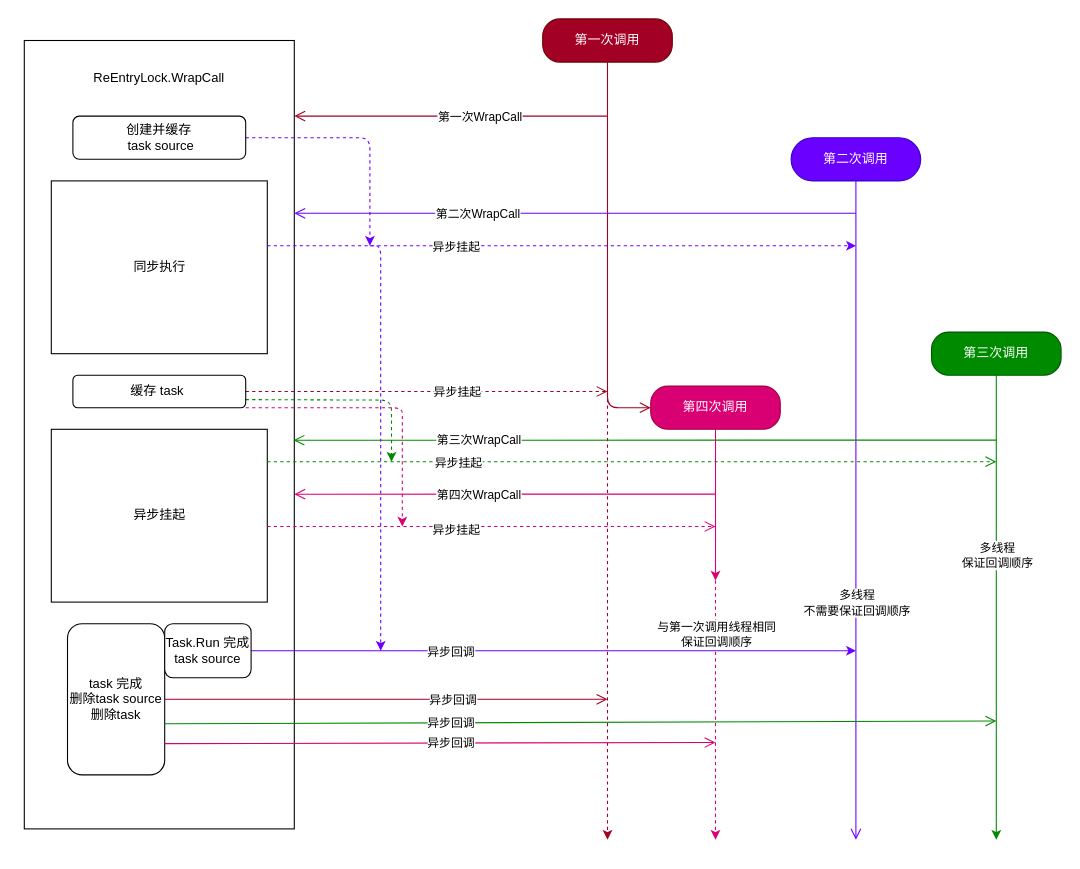
Before: Runtime/ReEntryLock.drawio in 0x3f3f3f3f/Megumin.Common, a draw.io diagram. Source tidied: cells renumbered, new cells numbered last; positions are measured from the earlier drawing's top-left corner, leaving out a move shared by most shapes. Both pictures are drawn from the tidied source at 108%, with x=0, y=0 at pixel (24, 18).
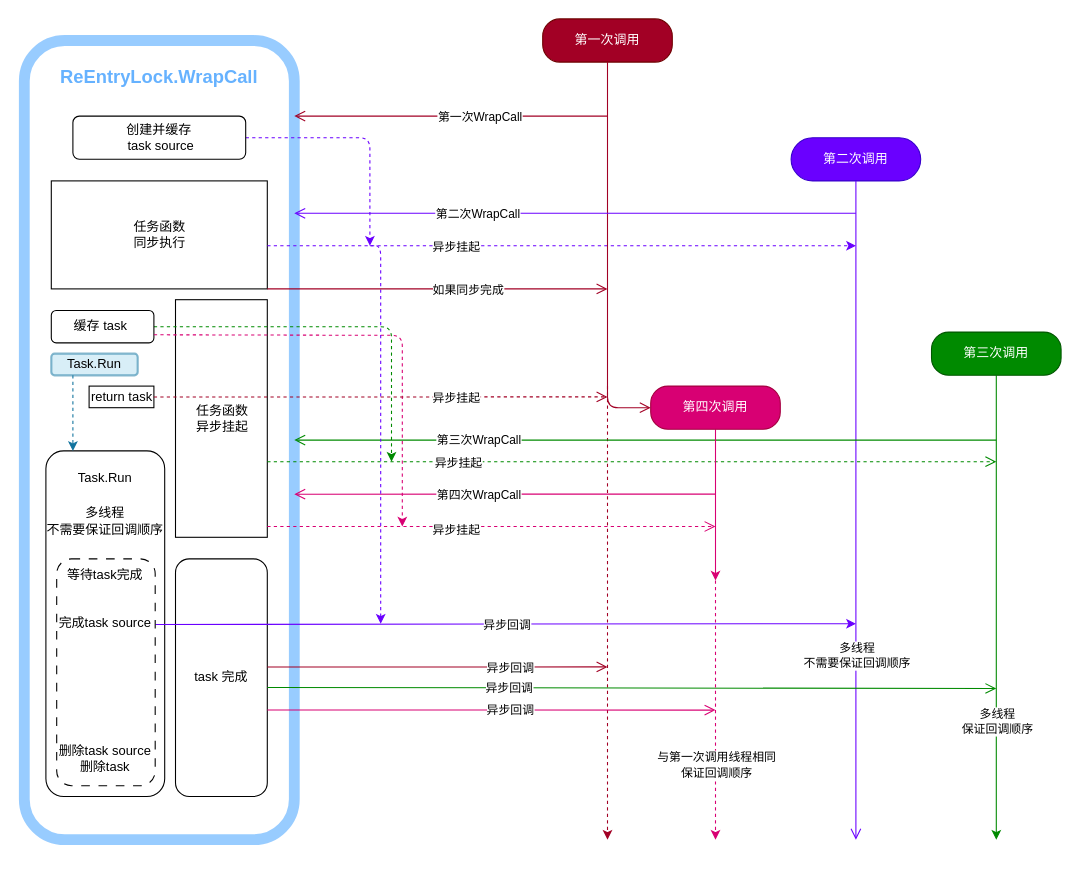
Above is the later version.

Commit message:
修改重入锁设计图

Unchanged cells that the change refers to:
```xml
<mxCell id="23" style="edgeStyle=orthogonalEdgeStyle;html=1;verticalAlign=bottom;endArrow=open;endSize=8;strokeColor=#6A00FF;exitX=0.5;exitY=1;exitDx=0;exitDy=0;fillColor=#6a00ff;" parent="1" edge="1" source="22">
  <mxGeometry relative="1" as="geometry">
    <mxPoint x="770" y="760" as="targetPoint" />
  </mxGeometry>
</mxCell>
<mxCell id="30" style="edgeStyle=none;html=1;strokeColor=#008A00;fillColor=#60a917;" parent="1" edge="1" source="32">
  <mxGeometry relative="1" as="geometry">
    <mxPoint x="900" y="760" as="targetPoint" />
  </mxGeometry>
</mxCell>
<mxCell id="46" style="edgeStyle=none;html=1;dashed=1;strokeColor=#D80073;fillColor=#d80073;" parent="1" edge="1">
  <mxGeometry relative="1" as="geometry">
    <mxPoint x="640" y="520" as="sourcePoint" />
    <mxPoint x="640" y="760" as="targetPoint" />
  </mxGeometry>
</mxCell>
```

Diff of the diagram source:
```diff
@@
-    <mxCell id="2" style="html=1;points=[];perimeter=orthogonalPerimeter;align=center;" parent="1" vertex="1">
-      <mxGeometry y="20" width="250" height="730" as="geometry" />
+    <mxCell id="2" style="html=1;points=[];perimeter=orthogonalPerimeter;align=center;strokeWidth=10;fillColor=none;opacity=50;strokeColor=#3399FF;rounded=1;" parent="1" vertex="1">
+      <mxGeometry y="20" width="250" height="740" as="geometry" />
     </mxCell>
+    <mxCell id="51" style="rounded=1;whiteSpace=wrap;html=1;" parent="1" vertex="1">
+      <mxGeometry x="20" y="400" width="110" height="320" as="geometry" />
+    </mxCell>
@@
-    <mxCell id="5" style="html=1;verticalAlign=bottom;endArrow=open;dashed=1;endSize=8;exitX=1;exitY=0.5;exitDx=0;exitDy=0;fillColor=#a20025;strokeColor=#A20025;" parent="1" edge="1" source="15">
-      <mxGeometry relative="1" as="geometry">
-        <mxPoint x="540" y="345" as="targetPoint" />
-      </mxGeometry>
-    </mxCell>
-    <mxCell id="6" value="异步挂起" style="edgeLabel;html=1;align=center;verticalAlign=middle;" parent="5" vertex="1">
-      <mxGeometry x="0.08" y="-2" relative="1" as="geometry">
-        <mxPoint x="14" y="-2" as="offset" />
-      </mxGeometry>
-    </mxCell>
-    <mxCell id="7" value="同步执行" style="html=1;points=[];perimeter=orthogonalPerimeter;" parent="1" vertex="1">
-      <mxGeometry x="25" y="150" width="200" height="160" as="geometry" />
+    <mxCell id="7" value="任务函数&lt;br&gt;同步执行" style="html=1;points=[];perimeter=orthogonalPerimeter;" parent="1" vertex="1">
+      <mxGeometry x="25" y="150" width="200" height="100" as="geometry" />
     </mxCell>
-    <mxCell id="8" value="&lt;span style=&quot;&quot;&gt;ReEntryLock.WrapCall&lt;/span&gt;" style="text;html=1;strokeColor=none;fillColor=none;align=center;verticalAlign=middle;whiteSpace=wrap;rounded=0;" parent="1" vertex="1">
-      <mxGeometry x="40" y="40" width="170" height="30" as="geometry" />
-    </mxCell>
-    <mxCell id="9" value="异步挂起" style="html=1;points=[];perimeter=orthogonalPerimeter;" parent="1" vertex="1">
-      <mxGeometry x="25" y="380" width="200" height="160" as="geometry" />
+    <mxCell id="9" value="任务函数&lt;br&gt;异步挂起" style="html=1;points=[];perimeter=orthogonalPerimeter;" parent="1" vertex="1">
+      <mxGeometry x="140" y="260" width="85" height="220" as="geometry" />
     </mxCell>
@@
-    <mxCell id="14" style="edgeStyle=none;html=1;strokeColor=#008A00;exitX=1;exitY=0.75;exitDx=0;exitDy=0;fillColor=#60a917;dashed=1;" parent="1" edge="1" source="15">
+    <mxCell id="14" style="edgeStyle=none;html=1;strokeColor=#008A00;exitX=1;exitY=0.5;exitDx=0;exitDy=0;fillColor=#60a917;dashed=1;" parent="1" edge="1" source="15">
       <mxGeometry relative="1" as="geometry">
         <mxPoint x="340" y="410" as="targetPoint" />
         <Array as="points">
-          <mxPoint x="340" y="353" />
+          <mxPoint x="340" y="285" />
         </Array>
       </mxGeometry>
     </mxCell>
     <mxCell id="15" value="缓存 task&amp;nbsp;" style="rounded=1;whiteSpace=wrap;html=1;" parent="1" vertex="1">
-      <mxGeometry x="45" y="330" width="160" height="30" as="geometry" />
+      <mxGeometry x="25" y="270" width="95" height="30" as="geometry" />
     </mxCell>
-    <mxCell id="16" value="task 完成&lt;br&gt;删除task source&lt;br&gt;删除task" style="rounded=1;whiteSpace=wrap;html=1;" parent="1" vertex="1">
-      <mxGeometry x="40" y="560" width="90" height="140" as="geometry" />
+    <mxCell id="16" value="task 完成" style="rounded=1;whiteSpace=wrap;html=1;" parent="1" vertex="1">
+      <mxGeometry x="140" y="500" width="85" height="220" as="geometry" />
     </mxCell>
@@
-    <mxCell id="20" style="html=1;verticalAlign=bottom;endArrow=open;endSize=8;exitX=1;exitY=0.5;exitDx=0;exitDy=0;fillColor=#a20025;strokeColor=#A20025;" parent="1" edge="1" source="16">
-      <mxGeometry relative="1" as="geometry">
-        <mxPoint x="540" y="630" as="targetPoint" />
-      </mxGeometry>
-    </mxCell>
-    <mxCell id="21" value="异步回调" style="edgeLabel;html=1;align=center;verticalAlign=middle;" parent="20" vertex="1">
-      <mxGeometry x="0.14" relative="1" as="geometry">
-        <mxPoint x="32" as="offset" />
-      </mxGeometry>
-    </mxCell>
@@
     <mxCell id="24" value="多线程&lt;br&gt;不需要保证回调顺序" style="edgeLabel;html=1;align=center;verticalAlign=middle;" parent="23" vertex="1">
       <mxGeometry x="-0.93" y="-1" relative="1" as="geometry">
-        <mxPoint x="1" y="369" as="offset" />
+        <mxPoint x="1" y="418" as="offset" />
       </mxGeometry>
     </mxCell>
@@
-    <mxCell id="27" style="edgeStyle=none;html=1;strokeColor=#6A00FF;" parent="1" edge="1" source="29">
+    <mxCell id="27" style="edgeStyle=none;html=1;strokeColor=#6A00FF;exitX=1.002;exitY=0.289;exitDx=0;exitDy=0;exitPerimeter=0;" parent="1" edge="1" source="29">
       <mxGeometry relative="1" as="geometry">
-        <mxPoint x="770" y="585" as="targetPoint" />
+        <mxPoint x="770" y="560" as="targetPoint" />
       </mxGeometry>
     </mxCell>
     <mxCell id="28" value="异步回调" style="edgeLabel;html=1;align=center;verticalAlign=middle;" parent="27" vertex="1">
       <mxGeometry x="0.06" y="-1" relative="1" as="geometry">
-        <mxPoint x="-113" y="-1" as="offset" />
+        <mxPoint x="-19" y="-1" as="offset" />
       </mxGeometry>
     </mxCell>
-    <mxCell id="29" value="Task.Run 完成task source&lt;br&gt;" style="rounded=1;whiteSpace=wrap;html=1;" parent="1" vertex="1">
-      <mxGeometry x="130" y="560" width="80" height="50" as="geometry" />
+    <mxCell id="29" style="rounded=1;whiteSpace=wrap;html=1;dashed=1;dashPattern=8 8;" parent="1" vertex="1">
+      <mxGeometry x="30" y="500" width="91.2" height="210" as="geometry" />
     </mxCell>
@@
     <mxCell id="31" value="多线程&lt;br&gt;保证回调顺序" style="edgeLabel;html=1;align=center;verticalAlign=middle;" parent="30" vertex="1">
-      <mxGeometry x="-0.23" relative="1" as="geometry" />
+      <mxGeometry x="-0.23" relative="1" as="geometry">
+        <mxPoint y="154" as="offset" />
+      </mxGeometry>
     </mxCell>
@@
-    <mxCell id="33" style="html=1;verticalAlign=bottom;endArrow=open;fillColor=#60a917;strokeColor=#008A00;endSize=8;entryX=0.997;entryY=0.507;entryDx=0;entryDy=0;entryPerimeter=0;" parent="1" edge="1" target="2">
+    <mxCell id="33" style="html=1;verticalAlign=bottom;endArrow=open;fillColor=#60a917;strokeColor=#008A00;endSize=8;entryX=1;entryY=0.5;entryDx=0;entryDy=0;entryPerimeter=0;" parent="1" edge="1" target="2">
       <mxGeometry relative="1" as="geometry">
         <mxPoint x="900" y="390" as="sourcePoint" />
       </mxGeometry>
     </mxCell>
@@
-    <mxCell id="37" style="html=1;verticalAlign=bottom;endArrow=open;endSize=8;exitX=0.994;exitY=0.662;exitDx=0;exitDy=0;fillColor=#60a917;strokeColor=#008A00;exitPerimeter=0;" parent="1" edge="1" source="16">
+    <mxCell id="37" style="html=1;verticalAlign=bottom;endArrow=open;endSize=8;exitX=1;exitY=0.541;exitDx=0;exitDy=0;fillColor=#60a917;strokeColor=#008A00;exitPerimeter=0;" parent="1" edge="1" source="16">
       <mxGeometry relative="1" as="geometry">
-        <mxPoint x="900" y="650.1" as="targetPoint" />
+        <mxPoint x="900" y="620" as="targetPoint" />
       </mxGeometry>
     </mxCell>
     <mxCell id="38" value="异步回调" style="edgeLabel;html=1;align=center;verticalAlign=middle;" parent="37" vertex="1">
       <mxGeometry x="0.14" relative="1" as="geometry">
-        <mxPoint x="-174" as="offset" />
+        <mxPoint x="-161" as="offset" />
       </mxGeometry>
     </mxCell>
@@
-    <mxCell id="45" style="edgeStyle=none;html=1;strokeColor=#D80073;exitX=1;exitY=1;exitDx=0;exitDy=0;fillColor=#d80073;dashed=1;" parent="1" edge="1" source="15">
+    <mxCell id="45" style="edgeStyle=none;html=1;strokeColor=#D80073;exitX=1;exitY=0.75;exitDx=0;exitDy=0;fillColor=#d80073;dashed=1;" parent="1" edge="1" source="15">
       <mxGeometry relative="1" as="geometry">
         <mxPoint x="350" y="470" as="targetPoint" />
         <Array as="points">
-          <mxPoint x="350" y="360" />
+          <mxPoint x="350" y="293" />
           <mxPoint x="350" y="370" />
         </Array>
       </mxGeometry>
     </mxCell>
@@
     <mxCell id="47" value="与第一次调用线程相同&lt;br&gt;保证回调顺序" style="edgeLabel;html=1;align=center;verticalAlign=middle;" parent="46" vertex="1">
       <mxGeometry x="-0.59" y="2" relative="1" as="geometry">
-        <mxPoint x="-2" as="offset" />
+        <mxPoint x="-2" y="121" as="offset" />
       </mxGeometry>
     </mxCell>
-    <mxCell id="48" style="html=1;verticalAlign=bottom;endArrow=open;endSize=8;exitX=0.994;exitY=0.793;exitDx=0;exitDy=0;fillColor=#d80073;strokeColor=#D80073;exitPerimeter=0;" parent="1" edge="1" source="16">
+    <mxCell id="48" style="html=1;verticalAlign=bottom;endArrow=open;endSize=8;exitX=1;exitY=0.636;exitDx=0;exitDy=0;fillColor=#d80073;strokeColor=#D80073;exitPerimeter=0;" parent="1" edge="1" source="16">
       <mxGeometry relative="1" as="geometry">
-        <mxPoint x="640" y="670" as="targetPoint" />
+        <mxPoint x="640" y="640" as="targetPoint" />
       </mxGeometry>
     </mxCell>
     <mxCell id="49" value="异步回调" style="edgeLabel;html=1;align=center;verticalAlign=middle;" parent="48" vertex="1">
       <mxGeometry x="0.14" relative="1" as="geometry">
-        <mxPoint x="-26" as="offset" />
+        <mxPoint x="-12" as="offset" />
       </mxGeometry>
     </mxCell>
     <mxCell id="50" style="edgeStyle=none;html=1;strokeColor=#6A00FF;dashed=1;" parent="1" edge="1">
       <mxGeometry relative="1" as="geometry">
         <mxPoint x="320" y="210" as="sourcePoint" />
-        <mxPoint x="330" y="585" as="targetPoint" />
+        <mxPoint x="330" y="560" as="targetPoint" />
         <Array as="points">
           <mxPoint x="330" y="210" />
         </Array>
       </mxGeometry>
     </mxCell>
+    <mxCell id="52" value="&lt;span style=&quot;&quot;&gt;return task&lt;/span&gt;" style="html=1;points=[];perimeter=orthogonalPerimeter;" parent="1" vertex="1">
+      <mxGeometry x="60" y="340" width="60" height="20" as="geometry" />
+    </mxCell>
+    <mxCell id="53" style="html=1;verticalAlign=bottom;endArrow=open;endSize=8;fillColor=#a20025;strokeColor=#A20025;" parent="1" edge="1" source="7">
+      <mxGeometry relative="1" as="geometry">
+        <mxPoint x="540" y="250" as="targetPoint" />
+      </mxGeometry>
+    </mxCell>
+    <mxCell id="54" value="如果同步完成" style="edgeLabel;html=1;align=center;verticalAlign=middle;" parent="53" vertex="1">
+      <mxGeometry x="0.14" relative="1" as="geometry">
+        <mxPoint x="5" as="offset" />
+      </mxGeometry>
+    </mxCell>
+    <mxCell id="55" style="html=1;verticalAlign=bottom;endArrow=open;endSize=8;exitX=1;exitY=0.455;exitDx=0;exitDy=0;fillColor=#60a917;strokeColor=#A20025;exitPerimeter=0;" parent="1" edge="1" source="16">
+      <mxGeometry relative="1" as="geometry">
+        <mxPoint x="540" y="600" as="targetPoint" />
+      </mxGeometry>
+    </mxCell>
+    <mxCell id="21" value="异步回调" style="edgeLabel;html=1;align=center;verticalAlign=middle;" parent="55" vertex="1">
+      <mxGeometry x="0.14" relative="1" as="geometry">
+        <mxPoint x="45" as="offset" />
+      </mxGeometry>
+    </mxCell>
+    <mxCell id="56" value="等待task完成" style="text;html=1;strokeColor=none;fillColor=none;align=center;verticalAlign=middle;whiteSpace=wrap;rounded=0;dashed=1;dashPattern=8 8;strokeWidth=10;opacity=50;" parent="1" vertex="1">
+      <mxGeometry x="30" y="500" width="90" height="30" as="geometry" />
+    </mxCell>
+    <mxCell id="57" value="完成task source" style="text;html=1;strokeColor=none;fillColor=none;align=center;verticalAlign=middle;whiteSpace=wrap;rounded=0;dashed=1;dashPattern=8 8;strokeWidth=10;opacity=50;" parent="1" vertex="1">
+      <mxGeometry x="30" y="545" width="90" height="30" as="geometry" />
+    </mxCell>
+    <mxCell id="58" value="删除task source&lt;br&gt;删除task" style="text;html=1;strokeColor=none;fillColor=none;align=center;verticalAlign=middle;whiteSpace=wrap;rounded=0;dashed=1;dashPattern=8 8;strokeWidth=10;opacity=50;" parent="1" vertex="1">
+      <mxGeometry x="30" y="670" width="90" height="30" as="geometry" />
+    </mxCell>
+    <mxCell id="59" style="edgeStyle=none;html=1;strokeColor=#10739e;exitX=0.25;exitY=1;exitDx=0;exitDy=0;dashed=1;fillColor=#b1ddf0;" parent="1" edge="1" source="60">
+      <mxGeometry relative="1" as="geometry">
+        <mxPoint x="45" y="400" as="targetPoint" />
+      </mxGeometry>
+    </mxCell>
+    <mxCell id="60" value="Task.Run" style="rounded=1;whiteSpace=wrap;html=1;strokeWidth=2;fillColor=#b1ddf0;opacity=50;strokeColor=#10739e;" parent="1" vertex="1">
+      <mxGeometry x="25" y="310" width="80" height="20" as="geometry" />
+    </mxCell>
+    <mxCell id="5" style="html=1;verticalAlign=bottom;endArrow=open;dashed=1;endSize=8;fillColor=#a20025;strokeColor=#A20025;exitX=0.999;exitY=0.502;exitDx=0;exitDy=0;exitPerimeter=0;" parent="1" edge="1" source="52">
+      <mxGeometry relative="1" as="geometry">
+        <mxPoint x="540" y="350" as="targetPoint" />
+      </mxGeometry>
+    </mxCell>
+    <mxCell id="6" value="异步挂起" style="edgeLabel;html=1;align=center;verticalAlign=middle;" parent="5" vertex="1">
+      <mxGeometry x="0.08" y="-2" relative="1" as="geometry">
+        <mxPoint x="53" y="-2" as="offset" />
+      </mxGeometry>
+    </mxCell>
+    <mxCell id="61" value="Task.Run" style="text;html=1;strokeColor=none;fillColor=none;align=center;verticalAlign=middle;whiteSpace=wrap;rounded=0;strokeWidth=10;opacity=50;dashed=1;dashPattern=8 8;" parent="1" vertex="1">
+      <mxGeometry x="45" y="410" width="60" height="30" as="geometry" />
+    </mxCell>
+    <mxCell id="62" value="多线程&lt;br&gt;不需要保证回调顺序" style="text;html=1;strokeColor=none;fillColor=none;align=center;verticalAlign=middle;whiteSpace=wrap;rounded=0;dashed=1;dashPattern=8 8;strokeWidth=10;fontFamily=Helvetica;fontSize=12;fontColor=default;opacity=50;" parent="1" vertex="1">
+      <mxGeometry x="20" y="450" width="110" height="30" as="geometry" />
+    </mxCell>
+    <mxCell id="8" value="ReEntryLock.WrapCall" style="text;html=1;strokeColor=none;fillColor=none;align=center;verticalAlign=middle;whiteSpace=wrap;rounded=0;dashed=1;dashPattern=8 8;strokeWidth=10;fontFamily=Helvetica;fontSize=17;fontColor=#66B2FF;opacity=50;fontStyle=1;" parent="1" vertex="1">
+      <mxGeometry x="35" y="30" width="180" height="50" as="geometry" />
+    </mxCell>
```
